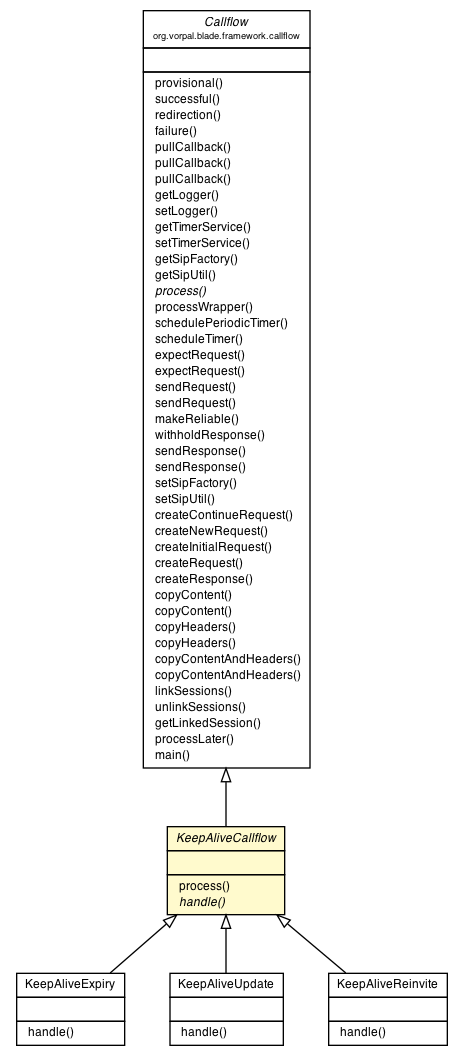
The Graphviz diagram blade/vorpal-blade-keep-alive/org/vorpal/blade/services/keepalive/KeepAliveCallflow.png in vorpalnet/vorpalnet.github.io, before a commit. Its source is kept beside it as blade/vorpal-blade-keep-alive/org/vorpal/blade/services/keepalive/KeepAliveCallflow.dot.
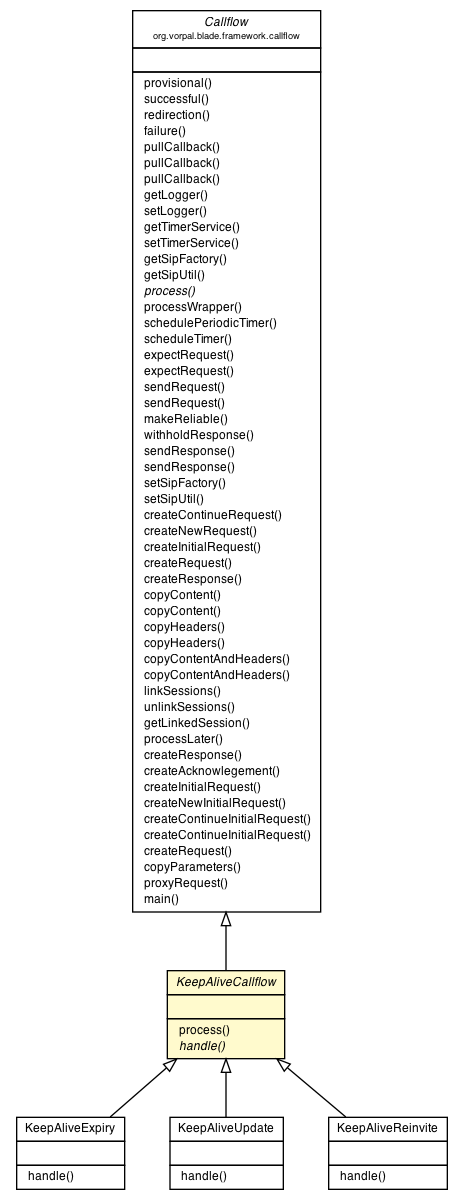
The same file after the commit.

The edit, as a diff of the source:
```diff
@@ -49,11 +49,11 @@
 <tr><td align="left" balign="left">  handle() </td></tr>
 		</table></td></tr>
 		</table>>, fontname="Helvetica", fontcolor="black", fontsize=9.0];
-	c36:p -> c11:p [dir=back,arrowtail=empty];
+	c39:p -> c11:p [dir=back,arrowtail=empty];
 	c11:p -> c23:p [dir=back,arrowtail=empty];
 	c11:p -> c25:p [dir=back,arrowtail=empty];
 	c11:p -> c27:p [dir=back,arrowtail=empty];
-	c36 [label=<<table title="org.vorpal.blade.framework.callflow.Callflow" border="0" cellborder="1" cellspacing="0" cellpadding="2" port="p" href="http://java.sun.com/j2se/1.4.2/docs/api/org/vorpal/blade/framework/callflow/Callflow.html">
+	c39 [label=<<table title="org.vorpal.blade.framework.callflow.Callflow" border="0" cellborder="1" cellspacing="0" cellpadding="2" port="p" href="http://java.sun.com/j2se/1.4.2/docs/api/org/vorpal/blade/framework/callflow/Callflow.html">
 		<tr><td><table border="0" cellspacing="0" cellpadding="1">
 <tr><td align="center" balign="center"><font face="Helvetica-Oblique"> Callflow </font></td></tr>
 <tr><td align="center" balign="center"><font point-size="7.0"> org.vorpal.blade.framework.callflow </font></td></tr>
@@ -104,6 +104,15 @@
 <tr><td align="left" balign="left">  unlinkSessions() </td></tr>
 <tr><td align="left" balign="left">  getLinkedSession() </td></tr>
 <tr><td align="left" balign="left">  processLater() </td></tr>
+<tr><td align="left" balign="left">  createResponse() </td></tr>
+<tr><td align="left" balign="left">  createAcknowlegement() </td></tr>
+<tr><td align="left" balign="left">  createInitialRequest() </td></tr>
+<tr><td align="left" balign="left">  createNewInitialRequest() </td></tr>
+<tr><td align="left" balign="left">  createContinueInitialRequest() </td></tr>
+<tr><td align="left" balign="left">  createContinueInitialRequest() </td></tr>
+<tr><td align="left" balign="left">  createRequest() </td></tr>
+<tr><td align="left" balign="left">  copyParameters() </td></tr>
+<tr><td align="left" balign="left">  proxyRequest() </td></tr>
 <tr><td align="left" balign="left">  main() </td></tr>
 		</table></td></tr>
 		</table>>, fontname="Helvetica", fontcolor="black", fontsize=9.0];
```
